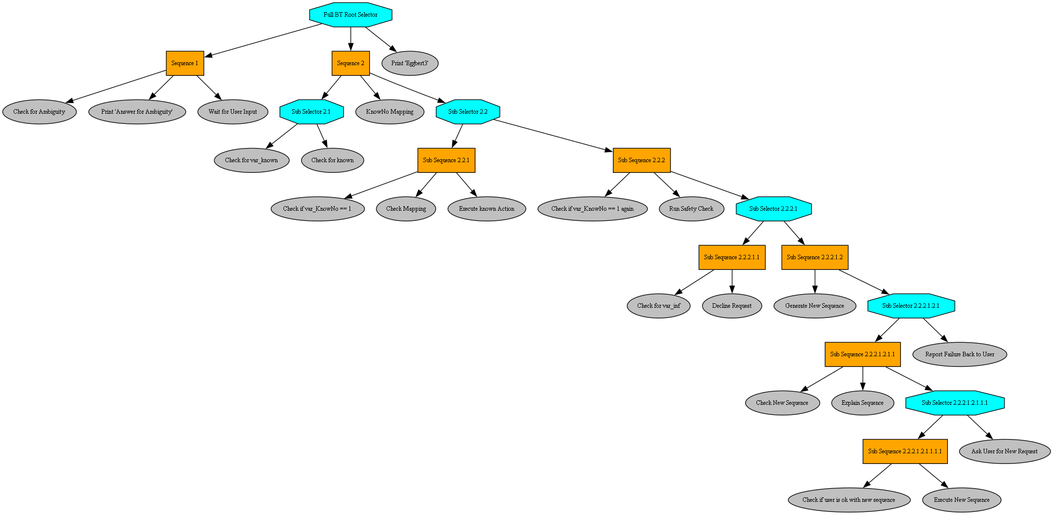
Above: BT_Framework/full_bt_root_selector.png in 1Eggbert7/BT_LLM (Graphviz), before the change. Its source is kept beside it as BT_Framework/full_bt_root_selector.dot.
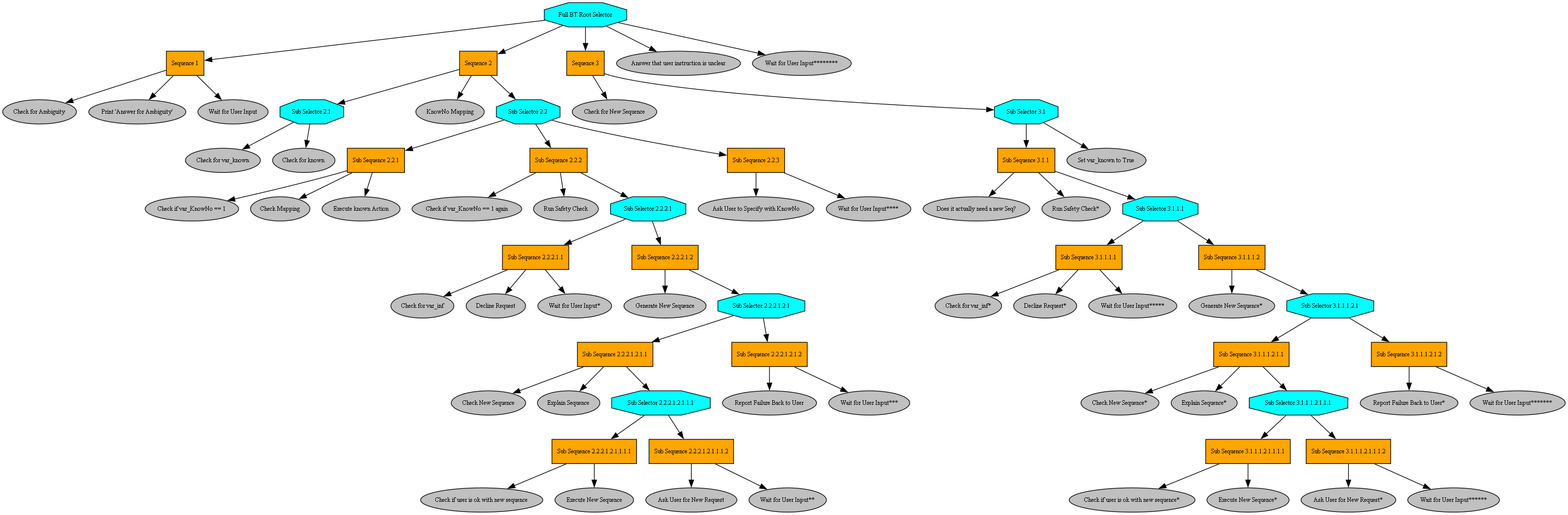
The same diagram one commit later.

Change to the diagram source:
```diff
@@ -46,6 +46,8 @@
 "Sub Sequence 2.2.2.1.1" -> "Check for var_inf";
 "Decline Request" [fillcolor=gray, fontcolor=black, fontsize=9, label="Decline Request", shape=ellipse, style=filled];
 "Sub Sequence 2.2.2.1.1" -> "Decline Request";
+"Wait for User Input*" [fillcolor=gray, fontcolor=black, fontsize=9, label="Wait for User Input*", shape=ellipse, style=filled];
+"Sub Sequence 2.2.2.1.1" -> "Wait for User Input*";
 "Sub Sequence 2.2.2.1.2" [fillcolor=orange, fontcolor=black, fontsize=9, label="Sub Sequence 2.2.2.1.2", shape=box, style=filled];
 "Sub Selector 2.2.2.1" -> "Sub Sequence 2.2.2.1.2";
 "Generate New Sequence" [fillcolor=gray, fontcolor=black, fontsize=9, label="Generate New Sequence", shape=ellipse, style=filled];
@@ -66,10 +68,82 @@
 "Sub Sequence 2.2.2.1.2.1.1.1.1" -> "Check if user is ok with new sequence";
 "Execute New Sequence" [fillcolor=gray, fontcolor=black, fontsize=9, label="Execute New Sequence", shape=ellipse, style=filled];
 "Sub Sequence 2.2.2.1.2.1.1.1.1" -> "Execute New Sequence";
+"Sub Sequence 2.2.2.1.2.1.1.1.2" [fillcolor=orange, fontcolor=black, fontsize=9, label="Sub Sequence 2.2.2.1.2.1.1.1.2", shape=box, style=filled];
+"Sub Selector 2.2.2.1.2.1.1.1" -> "Sub Sequence 2.2.2.1.2.1.1.1.2";
 "Ask User for New Request" [fillcolor=gray, fontcolor=black, fontsize=9, label="Ask User for New Request", shape=ellipse, style=filled];
-"Sub Selector 2.2.2.1.2.1.1.1" -> "Ask User for New Request";
+"Sub Sequence 2.2.2.1.2.1.1.1.2" -> "Ask User for New Request";
+"Wait for User Input**" [fillcolor=gray, fontcolor=black, fontsize=9, label="Wait for User Input**", shape=ellipse, style=filled];
+"Sub Sequence 2.2.2.1.2.1.1.1.2" -> "Wait for User Input**";
+"Sub Sequence 2.2.2.1.2.1.2" [fillcolor=orange, fontcolor=black, fontsize=9, label="Sub Sequence 2.2.2.1.2.1.2", shape=box, style=filled];
+"Sub Selector 2.2.2.1.2.1" -> "Sub Sequence 2.2.2.1.2.1.2";
 "Report Failure Back to User" [fillcolor=gray, fontcolor=black, fontsize=9, label="Report Failure Back to User", shape=ellipse, style=filled];
-"Sub Selector 2.2.2.1.2.1" -> "Report Failure Back to User";
-"Print 'Eggbert3'" [fillcolor=gray, fontcolor=black, fontsize=9, label="Print 'Eggbert3'", shape=ellipse, style=filled];
-"Full BT Root Selector" -> "Print 'Eggbert3'";
+"Sub Sequence 2.2.2.1.2.1.2" -> "Report Failure Back to User";
+"Wait for User Input***" [fillcolor=gray, fontcolor=black, fontsize=9, label="Wait for User Input***", shape=ellipse, style=filled];
+"Sub Sequence 2.2.2.1.2.1.2" -> "Wait for User Input***";
+"Sub Sequence 2.2.3" [fillcolor=orange, fontcolor=black, fontsize=9, label="Sub Sequence 2.2.3", shape=box, style=filled];
+"Sub Selector 2.2" -> "Sub Sequence 2.2.3";
+"Ask User to Specify with KnowNo" [fillcolor=gray, fontcolor=black, fontsize=9, label="Ask User to Specify with KnowNo", shape=ellipse, style=filled];
+"Sub Sequence 2.2.3" -> "Ask User to Specify with KnowNo";
+"Wait for User Input****" [fillcolor=gray, fontcolor=black, fontsize=9, label="Wait for User Input****", shape=ellipse, style=filled];
+"Sub Sequence 2.2.3" -> "Wait for User Input****";
+"Sequence 3" [fillcolor=orange, fontcolor=black, fontsize=9, label="Sequence 3", shape=box, style=filled];
+"Full BT Root Selector" -> "Sequence 3";
+"Check for New Sequence" [fillcolor=gray, fontcolor=black, fontsize=9, label="Check for New Sequence", shape=ellipse, style=filled];
+"Sequence 3" -> "Check for New Sequence";
+"Sub Selector 3.1" [fillcolor=cyan, fontcolor=black, fontsize=9, label="Sub Selector 3.1", shape=octagon, style=filled];
+"Sequence 3" -> "Sub Selector 3.1";
+"Sub Sequence 3.1.1" [fillcolor=orange, fontcolor=black, fontsize=9, label="Sub Sequence 3.1.1", shape=box, style=filled];
+"Sub Selector 3.1" -> "Sub Sequence 3.1.1";
+"Does it actually need a new Seq?" [fillcolor=gray, fontcolor=black, fontsize=9, label="Does it actually need a new Seq?", shape=ellipse, style=filled];
+"Sub Sequence 3.1.1" -> "Does it actually need a new Seq?";
+"Run Safety Check*" [fillcolor=gray, fontcolor=black, fontsize=9, label="Run Safety Check*", shape=ellipse, style=filled];
+"Sub Sequence 3.1.1" -> "Run Safety Check*";
+"Sub Selector 3.1.1.1" [fillcolor=cyan, fontcolor=black, fontsize=9, label="Sub Selector 3.1.1.1", shape=octagon, style=filled];
+"Sub Sequence 3.1.1" -> "Sub Selector 3.1.1.1";
+"Sub Sequence 3.1.1.1.1" [fillcolor=orange, fontcolor=black, fontsize=9, label="Sub Sequence 3.1.1.1.1", shape=box, style=filled];
+"Sub Selector 3.1.1.1" -> "Sub Sequence 3.1.1.1.1";
+"Check for var_inf*" [fillcolor=gray, fontcolor=black, fontsize=9, label="Check for var_inf*", shape=ellipse, style=filled];
+"Sub Sequence 3.1.1.1.1" -> "Check for var_inf*";
+"Decline Request*" [fillcolor=gray, fontcolor=black, fontsize=9, label="Decline Request*", shape=ellipse, style=filled];
+"Sub Sequence 3.1.1.1.1" -> "Decline Request*";
+"Wait for User Input*****" [fillcolor=gray, fontcolor=black, fontsize=9, label="Wait for User Input*****", shape=ellipse, style=filled];
+"Sub Sequence 3.1.1.1.1" -> "Wait for User Input*****";
+"Sub Sequence 3.1.1.1.2" [fillcolor=orange, fontcolor=black, fontsize=9, label="Sub Sequence 3.1.1.1.2", shape=box, style=filled];
+"Sub Selector 3.1.1.1" -> "Sub Sequence 3.1.1.1.2";
+"Generate New Sequence*" [fillcolor=gray, fontcolor=black, fontsize=9, label="Generate New Sequence*", shape=ellipse, style=filled];
+"Sub Sequence 3.1.1.1.2" -> "Generate New Sequence*";
+"Sub Selector 3.1.1.1.2.1" [fillcolor=cyan, fontcolor=black, fontsize=9, label="Sub Selector 3.1.1.1.2.1", shape=octagon, style=filled];
+"Sub Sequence 3.1.1.1.2" -> "Sub Selector 3.1.1.1.2.1";
+"Sub Sequence 3.1.1.1.2.1.1" [fillcolor=orange, fontcolor=black, fontsize=9, label="Sub Sequence 3.1.1.1.2.1.1", shape=box, style=filled];
+"Sub Selector 3.1.1.1.2.1" -> "Sub Sequence 3.1.1.1.2.1.1";
+"Check New Sequence*" [fillcolor=gray, fontcolor=black, fontsize=9, label="Check New Sequence*", shape=ellipse, style=filled];
+"Sub Sequence 3.1.1.1.2.1.1" -> "Check New Sequence*";
+"Explain Sequence*" [fillcolor=gray, fontcolor=black, fontsize=9, label="Explain Sequence*", shape=ellipse, style=filled];
+"Sub Sequence 3.1.1.1.2.1.1" -> "Explain Sequence*";
+"Sub Selector 3.1.1.1.2.1.1.1" [fillcolor=cyan, fontcolor=black, fontsize=9, label="Sub Selector 3.1.1.1.2.1.1.1", shape=octagon, style=filled];
+"Sub Sequence 3.1.1.1.2.1.1" -> "Sub Selector 3.1.1.1.2.1.1.1";
+"Sub Sequence 3.1.1.1.2.1.1.1.1" [fillcolor=orange, fontcolor=black, fontsize=9, label="Sub Sequence 3.1.1.1.2.1.1.1.1", shape=box, style=filled];
+"Sub Selector 3.1.1.1.2.1.1.1" -> "Sub Sequence 3.1.1.1.2.1.1.1.1";
+"Check if user is ok with new sequence*" [fillcolor=gray, fontcolor=black, fontsize=9, label="Check if user is ok with new sequence*", shape=ellipse, style=filled];
+"Sub Sequence 3.1.1.1.2.1.1.1.1" -> "Check if user is ok with new sequence*";
+"Execute New Sequence*" [fillcolor=gray, fontcolor=black, fontsize=9, label="Execute New Sequence*", shape=ellipse, style=filled];
+"Sub Sequence 3.1.1.1.2.1.1.1.1" -> "Execute New Sequence*";
+"Sub Sequence 3.1.1.1.2.1.1.1.2" [fillcolor=orange, fontcolor=black, fontsize=9, label="Sub Sequence 3.1.1.1.2.1.1.1.2", shape=box, style=filled];
+"Sub Selector 3.1.1.1.2.1.1.1" -> "Sub Sequence 3.1.1.1.2.1.1.1.2";
+"Ask User for New Request*" [fillcolor=gray, fontcolor=black, fontsize=9, label="Ask User for New Request*", shape=ellipse, style=filled];
+"Sub Sequence 3.1.1.1.2.1.1.1.2" -> "Ask User for New Request*";
+"Wait for User Input******" [fillcolor=gray, fontcolor=black, fontsize=9, label="Wait for User Input******", shape=ellipse, style=filled];
+"Sub Sequence 3.1.1.1.2.1.1.1.2" -> "Wait for User Input******";
+"Sub Sequence 3.1.1.1.2.1.2" [fillcolor=orange, fontcolor=black, fontsize=9, label="Sub Sequence 3.1.1.1.2.1.2", shape=box, style=filled];
+"Sub Selector 3.1.1.1.2.1" -> "Sub Sequence 3.1.1.1.2.1.2";
+"Report Failure Back to User*" [fillcolor=gray, fontcolor=black, fontsize=9, label="Report Failure Back to User*", shape=ellipse, style=filled];
+"Sub Sequence 3.1.1.1.2.1.2" -> "Report Failure Back to User*";
+"Wait for User Input*******" [fillcolor=gray, fontcolor=black, fontsize=9, label="Wait for User Input*******", shape=ellipse, style=filled];
+"Sub Sequence 3.1.1.1.2.1.2" -> "Wait for User Input*******";
+"Set var_known to True" [fillcolor=gray, fontcolor=black, fontsize=9, label="Set var_known to True", shape=ellipse, style=filled];
+"Sub Selector 3.1" -> "Set var_known to True";
+"Answer that user instruction is unclear" [fillcolor=gray, fontcolor=black, fontsize=9, label="Answer that user instruction is unclear", shape=ellipse, style=filled];
+"Full BT Root Selector" -> "Answer that user instruction is unclear";
+"Wait for User Input********" [fillcolor=gray, fontcolor=black, fontsize=9, label="Wait for User Input********", shape=ellipse, style=filled];
+"Full BT Root Selector" -> "Wait for User Input********";
 }
```
